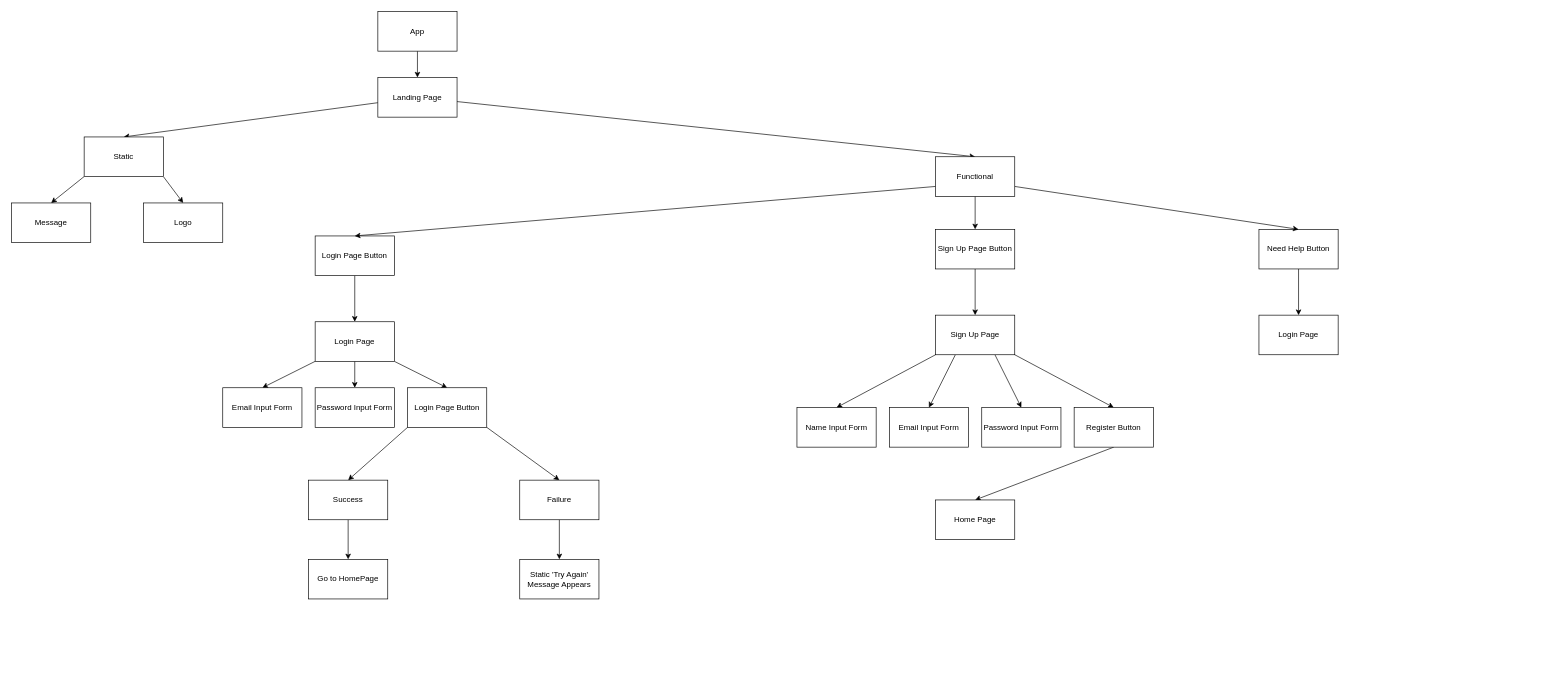
Before: page "Page-1" (1 of 2) of Diagrams/Login_Component_Tree.drawio in usama-asghar1/EcoKitchen, a draw.io diagram. Source tidied: cells renumbered, new cells numbered last; positions are measured from the earlier drawing's top-left corner, leaving out a move shared by most shapes. Both pictures are drawn from the tidied source at 66%, with x=0, y=0 at pixel (11, 11).
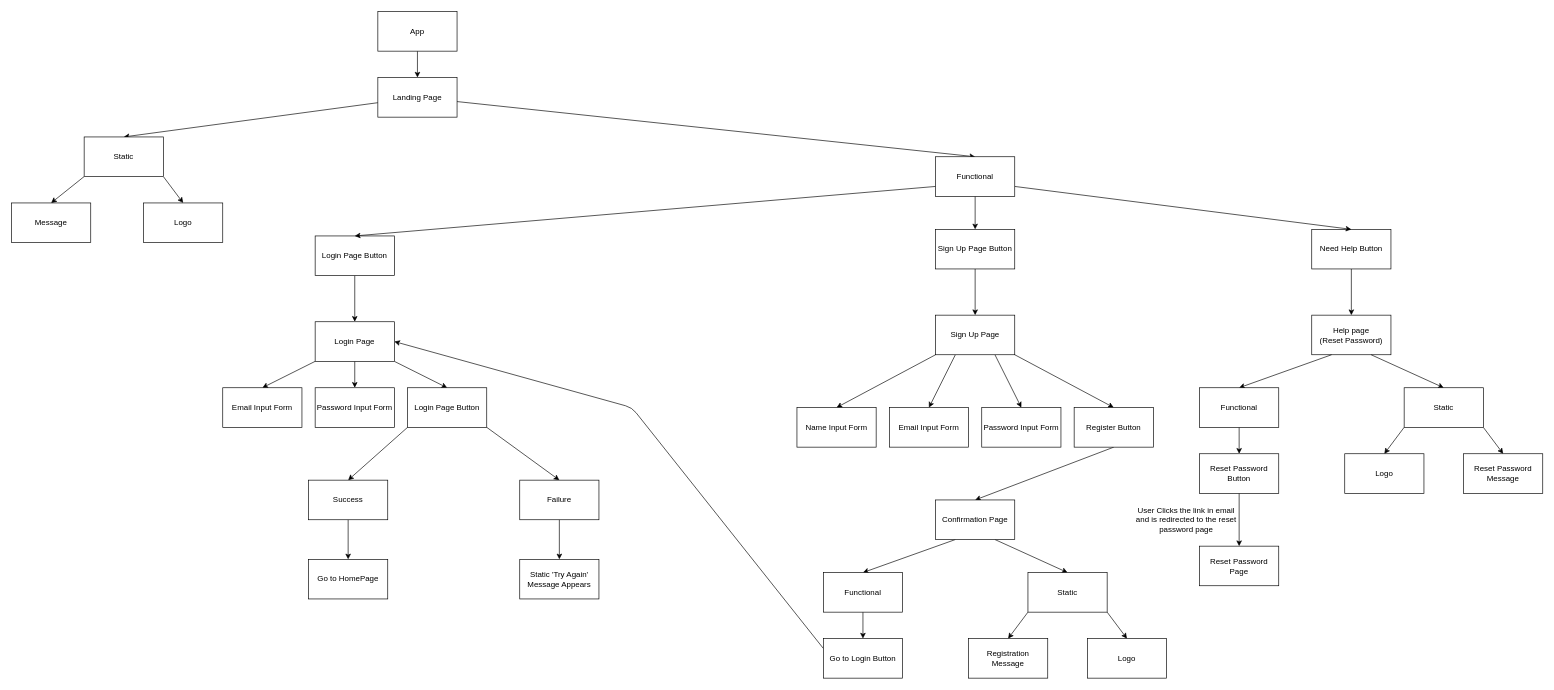
The same page after the edit.

Commit message:
finished login/register tree

Unchanged cells that the change refers to:
```xml
<mxCell id="25" value="Login Page" style="rounded=0;whiteSpace=wrap;html=1;" parent="1" vertex="1">
  <mxGeometry x="460" y="470" width="120" height="60" as="geometry" />
</mxCell>
```

Change to the diagram source:
```diff
@@
     <mxCell id="12" value="Need Help Button" style="rounded=0;whiteSpace=wrap;html=1;" parent="1" vertex="1">
-      <mxGeometry x="1890" y="330" width="120" height="60" as="geometry" />
+      <mxGeometry x="1970" y="330" width="120" height="60" as="geometry" />
     </mxCell>
@@
-    <mxCell id="31" value="Login Page" style="rounded=0;whiteSpace=wrap;html=1;" parent="1" vertex="1">
-      <mxGeometry x="1890" y="460" width="120" height="60" as="geometry" />
+    <mxCell id="31" value="Help page&lt;br&gt;(Reset Password)" style="rounded=0;whiteSpace=wrap;html=1;" parent="1" vertex="1">
+      <mxGeometry x="1970" y="460" width="120" height="60" as="geometry" />
     </mxCell>
@@
+    <mxCell id="49" style="edgeStyle=none;html=1;entryX=0.5;entryY=0;entryDx=0;entryDy=0;exitX=0.75;exitY=1;exitDx=0;exitDy=0;" parent="1" edge="1" source="43" target="55">
+      <mxGeometry relative="1" as="geometry" />
+    </mxCell>
+    <mxCell id="50" style="edgeStyle=none;html=1;exitX=0.25;exitY=1;exitDx=0;exitDy=0;entryX=0.5;entryY=0;entryDx=0;entryDy=0;" parent="1" edge="1" source="43" target="57">
+      <mxGeometry relative="1" as="geometry" />
+    </mxCell>
-    <mxCell id="43" value="Home Page" style="rounded=0;whiteSpace=wrap;html=1;" parent="1" vertex="1">
+    <mxCell id="43" value="Confirmation Page" style="rounded=0;whiteSpace=wrap;html=1;" parent="1" vertex="1">
       <mxGeometry x="1400" y="740" width="120" height="60" as="geometry" />
     </mxCell>
@@
+    <mxCell id="51" value="Registration &lt;br&gt;Message" style="rounded=0;whiteSpace=wrap;html=1;" parent="1" vertex="1">
+      <mxGeometry x="1450" y="950" width="120" height="60" as="geometry" />
+    </mxCell>
+    <mxCell id="52" value="Logo" style="rounded=0;whiteSpace=wrap;html=1;" parent="1" vertex="1">
+      <mxGeometry x="1630" y="950" width="120" height="60" as="geometry" />
+    </mxCell>
+    <mxCell id="53" style="edgeStyle=none;html=1;exitX=0;exitY=1;exitDx=0;exitDy=0;entryX=0.5;entryY=0;entryDx=0;entryDy=0;" parent="1" edge="1" source="55" target="51">
+      <mxGeometry relative="1" as="geometry" />
+    </mxCell>
+    <mxCell id="54" style="edgeStyle=none;html=1;exitX=1;exitY=1;exitDx=0;exitDy=0;entryX=0.5;entryY=0;entryDx=0;entryDy=0;" parent="1" edge="1" source="55" target="52">
+      <mxGeometry relative="1" as="geometry" />
+    </mxCell>
+    <mxCell id="55" value="Static" style="rounded=0;whiteSpace=wrap;html=1;" parent="1" vertex="1">
+      <mxGeometry x="1540" y="850" width="120" height="60" as="geometry" />
+    </mxCell>
+    <mxCell id="56" style="edgeStyle=none;html=1;exitX=0.5;exitY=1;exitDx=0;exitDy=0;entryX=0.5;entryY=0;entryDx=0;entryDy=0;" parent="1" edge="1" source="57" target="59">
+      <mxGeometry relative="1" as="geometry" />
+    </mxCell>
+    <mxCell id="57" value="Functional" style="rounded=0;whiteSpace=wrap;html=1;" parent="1" vertex="1">
+      <mxGeometry x="1230" y="850" width="120" height="60" as="geometry" />
+    </mxCell>
+    <mxCell id="58" style="edgeStyle=none;html=1;exitX=0;exitY=0.25;exitDx=0;exitDy=0;entryX=1;entryY=0.5;entryDx=0;entryDy=0;" parent="1" edge="1" source="59" target="25">
+      <mxGeometry relative="1" as="geometry">
+        <Array as="points">
+          <mxPoint x="940" y="600" />
+        </Array>
+      </mxGeometry>
+    </mxCell>
+    <mxCell id="59" value="Go to Login Button" style="rounded=0;whiteSpace=wrap;html=1;" parent="1" vertex="1">
+      <mxGeometry x="1230" y="950" width="120" height="60" as="geometry" />
+    </mxCell>
+    <mxCell id="60" style="edgeStyle=none;html=1;entryX=0.5;entryY=0;entryDx=0;entryDy=0;" parent="1" edge="1" target="66">
+      <mxGeometry relative="1" as="geometry">
+        <mxPoint x="2060" y="520" as="sourcePoint" />
+      </mxGeometry>
+    </mxCell>
+    <mxCell id="61" style="edgeStyle=none;html=1;exitX=0.25;exitY=1;exitDx=0;exitDy=0;entryX=0.5;entryY=0;entryDx=0;entryDy=0;" parent="1" edge="1" source="31" target="68">
+      <mxGeometry relative="1" as="geometry" />
+    </mxCell>
+    <mxCell id="62" value="Logo" style="rounded=0;whiteSpace=wrap;html=1;" parent="1" vertex="1">
+      <mxGeometry x="2020" y="670" width="120" height="60" as="geometry" />
+    </mxCell>
+    <mxCell id="63" value="Reset Password&lt;br&gt;Message" style="rounded=0;whiteSpace=wrap;html=1;" parent="1" vertex="1">
+      <mxGeometry x="2200" y="670" width="120" height="60" as="geometry" />
+    </mxCell>
+    <mxCell id="64" style="edgeStyle=none;html=1;exitX=0;exitY=1;exitDx=0;exitDy=0;entryX=0.5;entryY=0;entryDx=0;entryDy=0;" parent="1" edge="1" source="66" target="62">
+      <mxGeometry relative="1" as="geometry" />
+    </mxCell>
+    <mxCell id="65" style="edgeStyle=none;html=1;exitX=1;exitY=1;exitDx=0;exitDy=0;entryX=0.5;entryY=0;entryDx=0;entryDy=0;" parent="1" edge="1" source="66" target="63">
+      <mxGeometry relative="1" as="geometry" />
+    </mxCell>
+    <mxCell id="66" value="Static" style="rounded=0;whiteSpace=wrap;html=1;" parent="1" vertex="1">
+      <mxGeometry x="2110" y="570" width="120" height="60" as="geometry" />
+    </mxCell>
+    <mxCell id="67" style="edgeStyle=none;html=1;exitX=0.5;exitY=1;exitDx=0;exitDy=0;entryX=0.5;entryY=0;entryDx=0;entryDy=0;" parent="1" edge="1" source="68" target="70">
+      <mxGeometry relative="1" as="geometry" />
+    </mxCell>
+    <mxCell id="68" value="Functional" style="rounded=0;whiteSpace=wrap;html=1;" parent="1" vertex="1">
+      <mxGeometry x="1800" y="570" width="120" height="60" as="geometry" />
+    </mxCell>
+    <mxCell id="69" style="edgeStyle=none;html=1;entryX=0.5;entryY=0;entryDx=0;entryDy=0;" parent="1" edge="1" source="70" target="71">
+      <mxGeometry relative="1" as="geometry" />
+    </mxCell>
+    <mxCell id="70" value="Reset Password&lt;br&gt;Button" style="rounded=0;whiteSpace=wrap;html=1;" parent="1" vertex="1">
+      <mxGeometry x="1800" y="670" width="120" height="60" as="geometry" />
+    </mxCell>
+    <mxCell id="71" value="Reset Password&lt;br&gt;Page" style="rounded=0;whiteSpace=wrap;html=1;" parent="1" vertex="1">
+      <mxGeometry x="1800" y="810" width="120" height="60" as="geometry" />
+    </mxCell>
+    <mxCell id="72" value="User Clicks the link in email and is redirected to the reset password page" style="text;html=1;strokeColor=none;fillColor=none;align=center;verticalAlign=middle;whiteSpace=wrap;rounded=0;" parent="1" vertex="1">
+      <mxGeometry x="1700" y="750" width="160" height="40" as="geometry" />
+    </mxCell>
```
